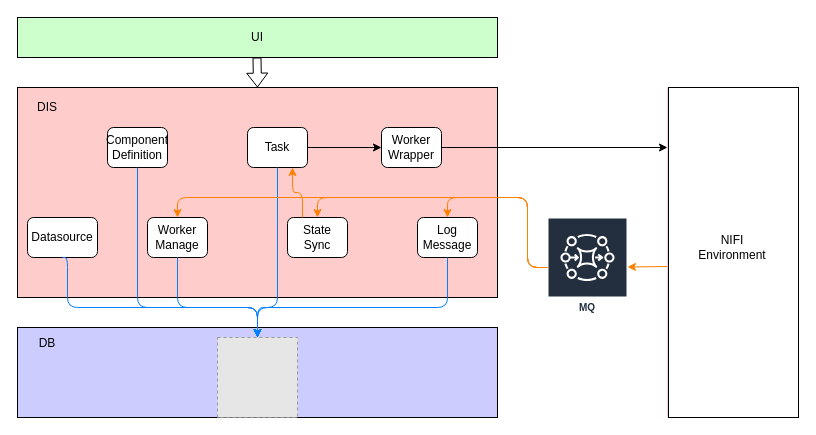
Before: page "模块交互" (2 of 12) of 自助式接入.drawio in dophinlife/drawio, a draw.io diagram. Source tidied: cells renumbered, new cells numbered last; positions are measured from the earlier drawing's top-left corner, leaving out a move shared by most shapes. Both pictures are drawn from the tidied source at 100%, with x=0, y=0 at pixel (17, 17). Pictures stored in the file or linked from it are replaced by grey dashed boxes.
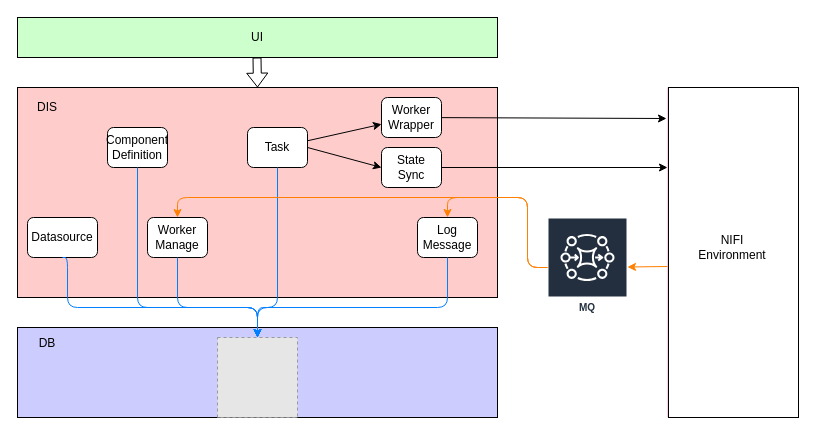
After the change.

The change refers to these unchanged cells:
```xml
<mxCell id="5" value="Task" style="rounded=1;whiteSpace=wrap;html=1;" parent="1" vertex="1">
  <mxGeometry x="230" y="110" width="60" height="40" as="geometry" />
</mxCell>
```

What changed in the source:
```diff
@@
+    <mxCell id="33" style="edgeStyle=none;rounded=0;jettySize=auto;html=1;exitX=1;exitY=0.5;exitDx=0;exitDy=0;" parent="1" edge="1" source="9">
+      <mxGeometry relative="1" as="geometry">
+        <mxPoint x="650" y="150" as="targetPoint" />
+      </mxGeometry>
+    </mxCell>
     <mxCell id="9" value="State Sync" style="rounded=1;whiteSpace=wrap;html=1;" parent="1" vertex="1">
-      <mxGeometry x="270" y="200" width="60" height="40" as="geometry" />
+      <mxGeometry x="364" y="130" width="60" height="40" as="geometry" />
     </mxCell>
@@
-    <mxCell id="14" style="endArrow=classic;html=1;exitX=0.25;exitY=0;exitDx=0;exitDy=0;entryX=0.75;entryY=1;entryDx=0;entryDy=0;edgeStyle=orthogonalEdgeStyle;strokeColor=#FF8000;" parent="1" edge="1" source="9" target="5">
-      <mxGeometry relative="1" as="geometry" />
-    </mxCell>
@@
     <mxCell id="22" style="edgeStyle=none;rounded=0;jettySize=auto;html=1;" parent="1" edge="1" source="23">
       <mxGeometry relative="1" as="geometry">
-        <mxPoint x="650" y="130" as="targetPoint" />
+        <mxPoint x="649" y="101" as="targetPoint" />
       </mxGeometry>
     </mxCell>
     <mxCell id="23" value="Worker&lt;br&gt;Wrapper" style="rounded=1;whiteSpace=wrap;html=1;" parent="1" vertex="1">
-      <mxGeometry x="364" y="110" width="60" height="40" as="geometry" />
+      <mxGeometry x="364" y="80" width="60" height="40" as="geometry" />
     </mxCell>
@@
-    <mxCell id="26" style="endArrow=classic;html=1;edgeStyle=orthogonalEdgeStyle;entryX=0.5;entryY=0;entryDx=0;entryDy=0;strokeColor=#FF8000;" parent="1" edge="1" target="9">
-      <mxGeometry relative="1" as="geometry">
-        <mxPoint x="530" y="250" as="sourcePoint" />
-        <Array as="points">
-          <mxPoint x="510" y="250" />
-          <mxPoint x="510" y="180" />
-          <mxPoint x="300" y="180" />
-        </Array>
-      </mxGeometry>
-    </mxCell>
@@
+    <mxCell id="34" style="edgeStyle=none;rounded=0;jettySize=auto;html=1;exitX=1;exitY=0.5;exitDx=0;exitDy=0;entryX=0;entryY=0.5;entryDx=0;entryDy=0;" parent="1" edge="1" source="5" target="9">
+      <mxGeometry relative="1" as="geometry" />
+    </mxCell>
```
